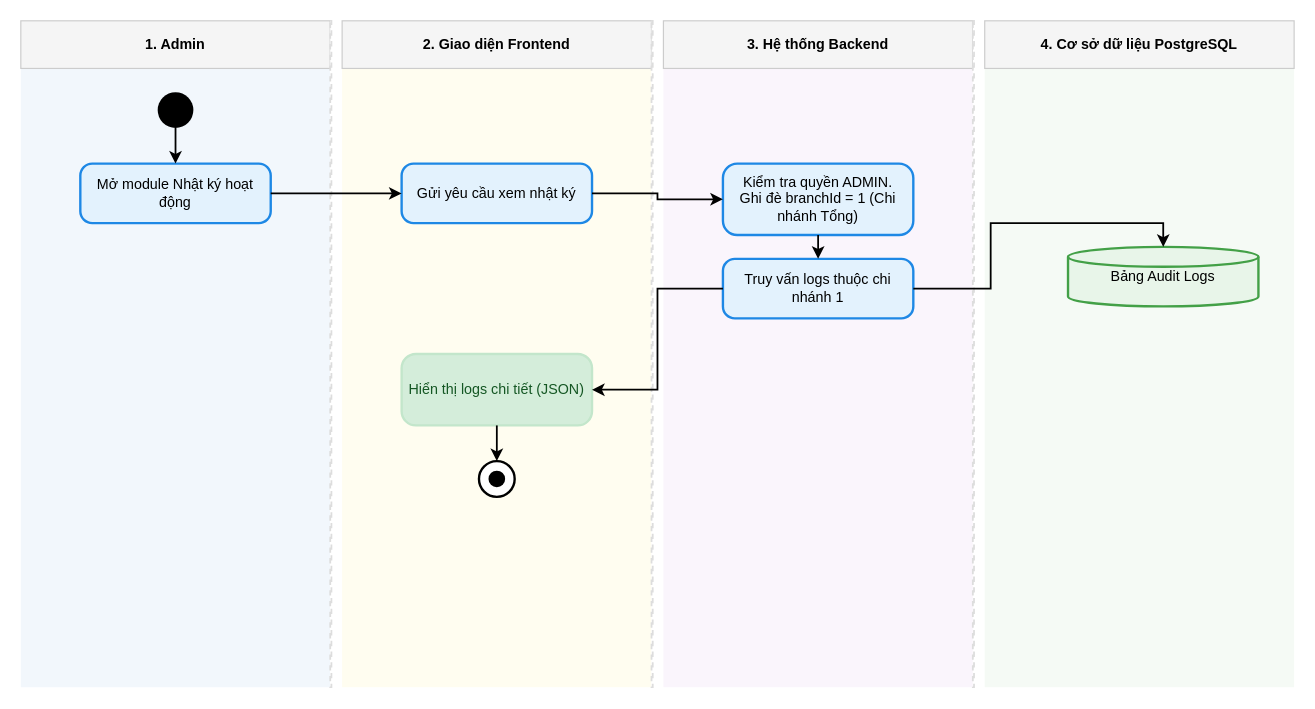
Nghiatv2006/KhoHang keeps this draw.io diagram as diagrams/admin/chuc_nang_tra_cuu_audit_log_admin.drawio. Above is the earlier version. Source tidied: cells renumbered, new cells numbered last; positions are measured from the earlier drawing's top-left corner, leaving out a move shared by most shapes. Both pictures are drawn from the tidied source at 119%, with x=0, y=0 at pixel (20, 20).
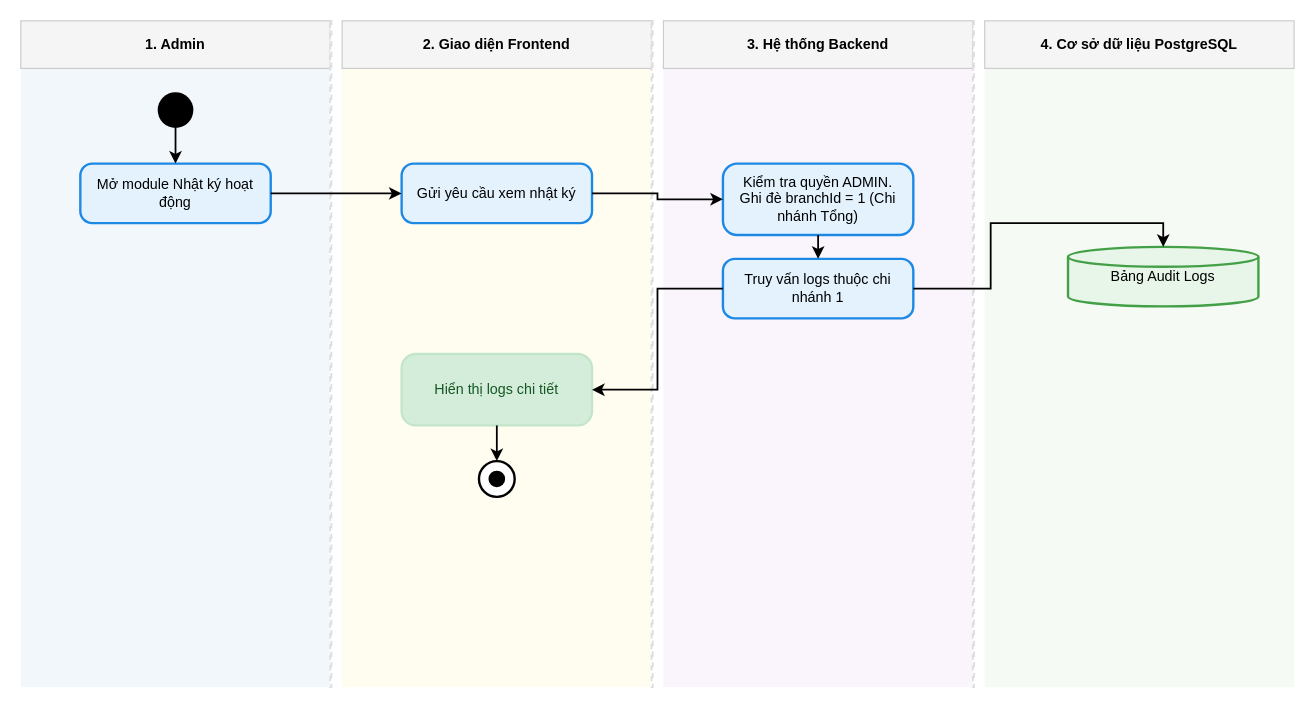
The same diagram, later.

Diff of the diagram source:
```diff
@@
-    <mxCell id="19" value="Hiển thị logs chi tiết (JSON)" style="rounded=1;whiteSpace=wrap;html=1;arcSize=20;fillColor=#d4edda;strokeColor=#c3e6cb;strokeWidth=2;fontColor=#155724;align=center;" parent="1" vertex="1">
+    <mxCell id="19" value="Hiển thị logs chi tiết" style="rounded=1;whiteSpace=wrap;html=1;arcSize=20;fillColor=#d4edda;strokeColor=#c3e6cb;strokeWidth=2;fontColor=#155724;align=center;" parent="1" vertex="1">
       <mxGeometry x="320" y="280" width="160" height="60" as="geometry" />
     </mxCell>
```
